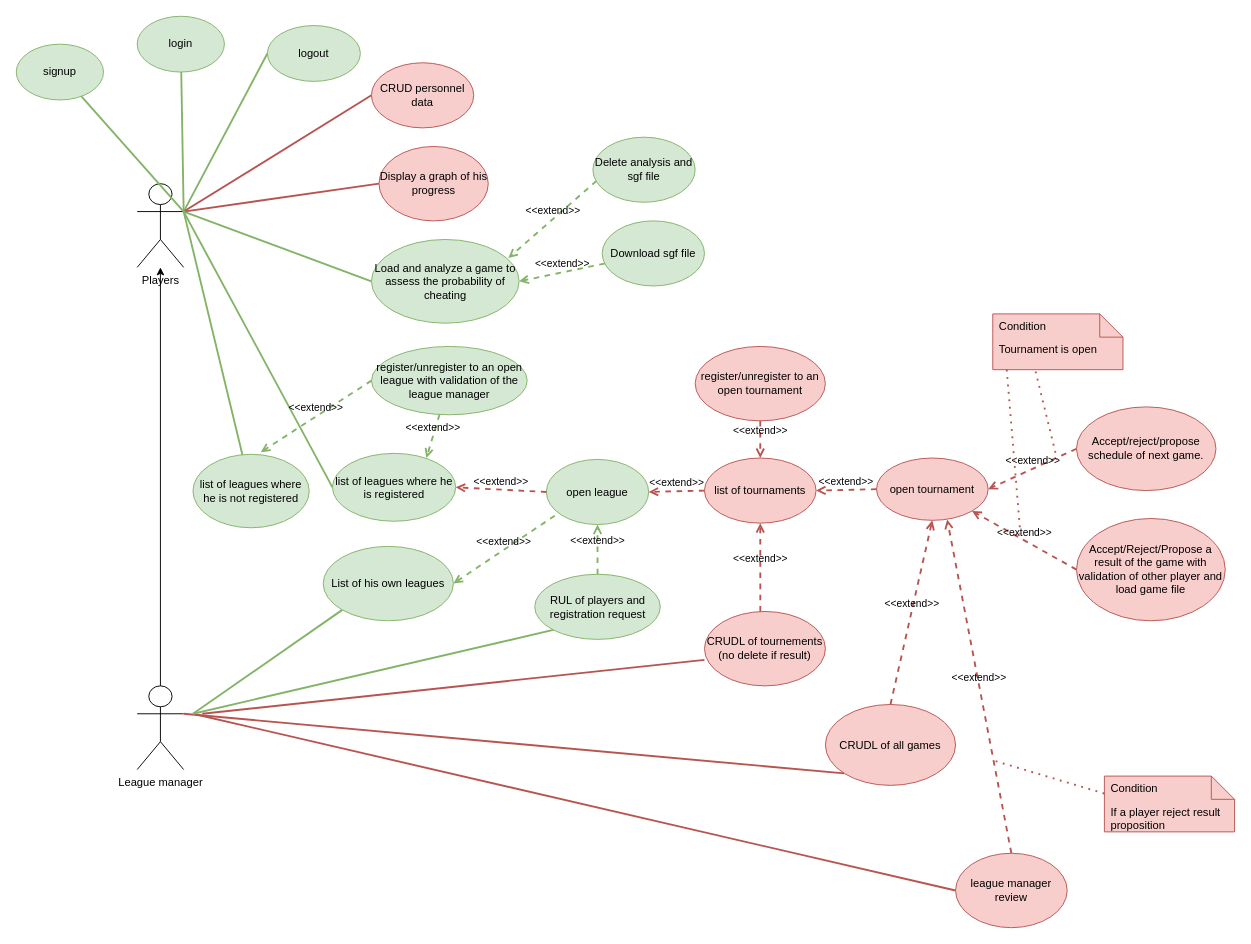
Before: diagrams/UseCases.drawio in magitcian/OpenGoLeagues, a draw.io diagram. Source tidied: cells renumbered, new cells numbered last; positions are measured from the earlier drawing's top-left corner, leaving out a move shared by most shapes. Both pictures are drawn from the tidied source at 93%, with x=0, y=0 at pixel (16, 16).
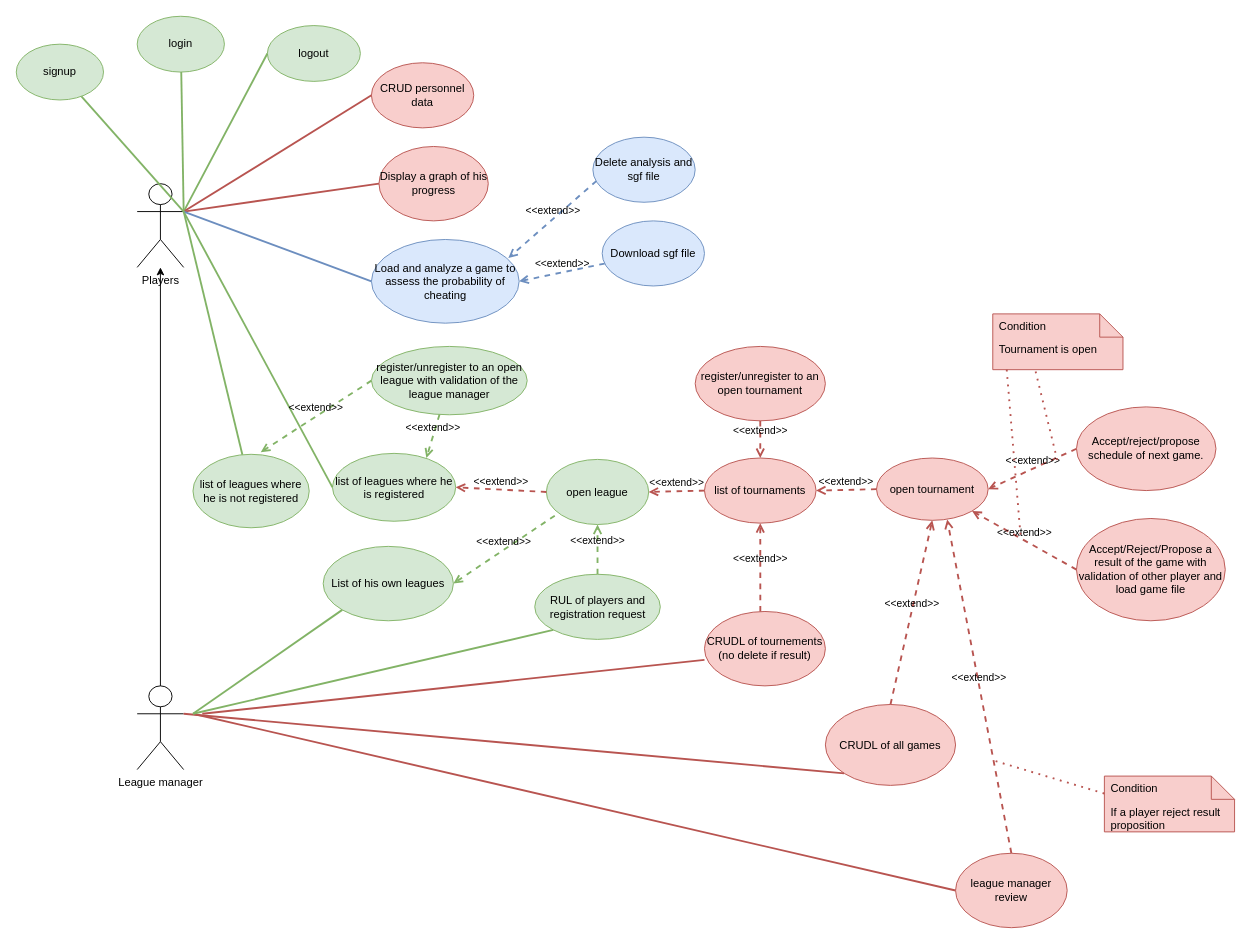
Above is the later version.

Commit message:
docs : update use cases diagram

Change to the diagram source:
```diff
@@
-    <mxCell id="30" value="Load and analyze a game to assess the probability of cheating" style="ellipse;whiteSpace=wrap;html=1;fillColor=#d5e8d4;strokeColor=#82b366;" parent="1" vertex="1">
+    <mxCell id="30" value="Load and analyze a game to assess the probability of cheating" style="ellipse;whiteSpace=wrap;html=1;fillColor=#dae8fc;strokeColor=#6c8ebf;" parent="1" vertex="1">
       <mxGeometry x="381.9" y="240" width="158.8" height="90" as="geometry" />
     </mxCell>
-    <mxCell id="31" style="endArrow=none;html=1;rounded=0;entryX=0;entryY=0.5;entryDx=0;entryDy=0;fillColor=#d5e8d4;strokeColor=#82b366;strokeWidth=2;" parent="1" edge="1" target="30">
+    <mxCell id="31" style="endArrow=none;html=1;rounded=0;entryX=0;entryY=0.5;entryDx=0;entryDy=0;fillColor=#dae8fc;strokeColor=#6c8ebf;strokeWidth=2;" parent="1" edge="1" target="30">
       <mxGeometry relative="1" as="geometry">
         <mxPoint x="180" y="210" as="sourcePoint" />
       </mxGeometry>
     </mxCell>
@@
-    <mxCell id="58" value="&amp;lt;&amp;lt;extend&amp;gt;&amp;gt;" style="html=1;verticalAlign=bottom;labelBackgroundColor=none;endArrow=open;endFill=0;dashed=1;rounded=0;entryX=0.927;entryY=0.222;entryDx=0;entryDy=0;entryPerimeter=0;fillColor=#d5e8d4;strokeColor=#82b366;strokeWidth=2;exitX=0.036;exitY=0.671;exitDx=0;exitDy=0;exitPerimeter=0;" parent="1" edge="1" source="59" target="30">
+    <mxCell id="58" value="&amp;lt;&amp;lt;extend&amp;gt;&amp;gt;" style="html=1;verticalAlign=bottom;labelBackgroundColor=none;endArrow=open;endFill=0;dashed=1;rounded=0;entryX=0.927;entryY=0.222;entryDx=0;entryDy=0;entryPerimeter=0;fillColor=#dae8fc;strokeColor=#6c8ebf;strokeWidth=2;exitX=0.036;exitY=0.671;exitDx=0;exitDy=0;exitPerimeter=0;" parent="1" edge="1" source="59" target="30">
       <mxGeometry relative="1" as="geometry" />
     </mxCell>
-    <mxCell id="59" value="Delete analysis and sgf file" style="ellipse;whiteSpace=wrap;html=1;fillColor=#d5e8d4;strokeColor=#82b366;" parent="1" vertex="1">
+    <mxCell id="59" value="Delete analysis and sgf file" style="ellipse;whiteSpace=wrap;html=1;fillColor=#dae8fc;strokeColor=#6c8ebf;" parent="1" vertex="1">
       <mxGeometry x="620" y="130" width="110" height="70" as="geometry" />
     </mxCell>
-    <mxCell id="60" value="Download sgf file" style="ellipse;whiteSpace=wrap;html=1;fillColor=#d5e8d4;strokeColor=#82b366;" parent="1" vertex="1">
+    <mxCell id="60" value="Download sgf file" style="ellipse;whiteSpace=wrap;html=1;fillColor=#dae8fc;strokeColor=#6c8ebf;" parent="1" vertex="1">
       <mxGeometry x="630" y="220" width="110" height="70" as="geometry" />
     </mxCell>
-    <mxCell id="61" value="&amp;lt;&amp;lt;extend&amp;gt;&amp;gt;" style="html=1;verticalAlign=bottom;labelBackgroundColor=none;endArrow=open;endFill=0;dashed=1;rounded=0;entryX=1;entryY=0.5;entryDx=0;entryDy=0;fillColor=#d5e8d4;strokeColor=#82b366;strokeWidth=2;" parent="1" edge="1" source="60" target="30">
+    <mxCell id="61" value="&amp;lt;&amp;lt;extend&amp;gt;&amp;gt;" style="html=1;verticalAlign=bottom;labelBackgroundColor=none;endArrow=open;endFill=0;dashed=1;rounded=0;entryX=1;entryY=0.5;entryDx=0;entryDy=0;fillColor=#dae8fc;strokeColor=#6c8ebf;strokeWidth=2;" parent="1" edge="1" source="60" target="30">
       <mxGeometry relative="1" as="geometry" />
     </mxCell>
```
